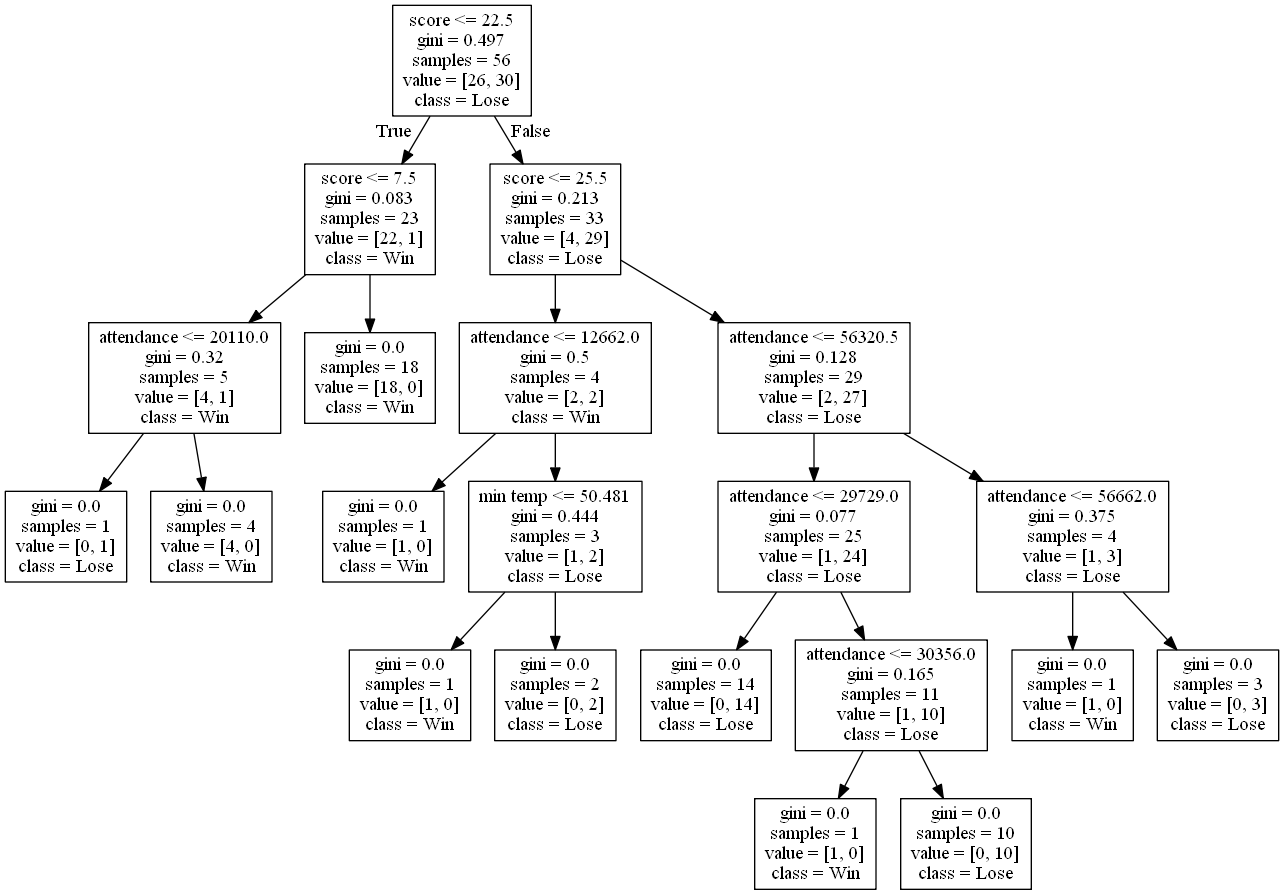
Before: DecisionTrees/decision_tree_with_score7.png, a diagram exported from Graphviz (alexana-steck/CSE482Project). Its source is kept beside it as DecisionTrees/decision_tree_with_score7.dot.
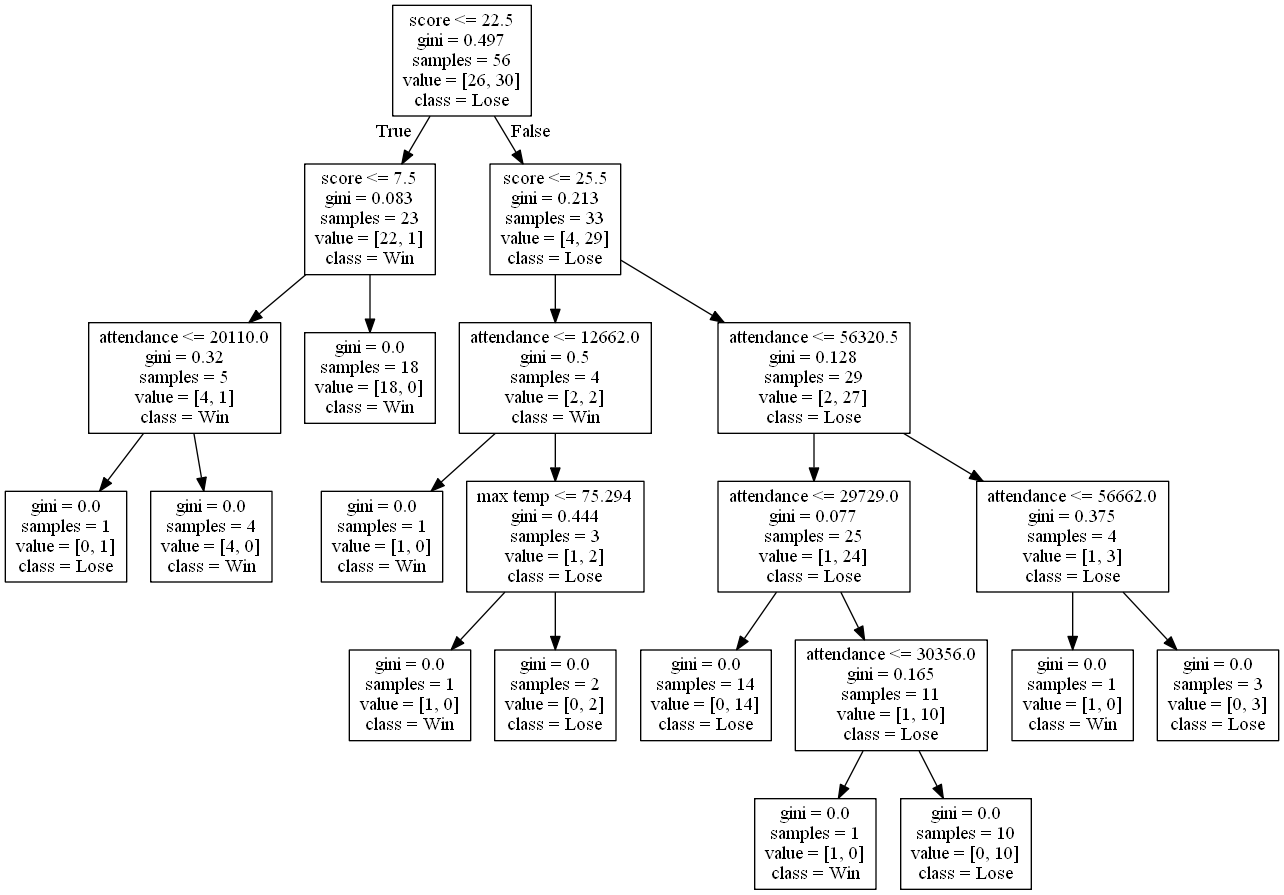
The same file after the commit.

What changed in the source:
```diff
@@ -17,7 +17,7 @@
 6 -> 7 ;
 8 [label="gini = 0.0\nsamples = 1\nvalue = [1, 0]\nclass = Win"] ;
 7 -> 8 ;
-9 [label="min temp <= 50.481\ngini = 0.444\nsamples = 3\nvalue = [1, 2]\nclass = Lose"] ;
+9 [label="max temp <= 75.294\ngini = 0.444\nsamples = 3\nvalue = [1, 2]\nclass = Lose"] ;
 7 -> 9 ;
 10 [label="gini = 0.0\nsamples = 1\nvalue = [1, 0]\nclass = Win"] ;
 9 -> 10 ;
```
